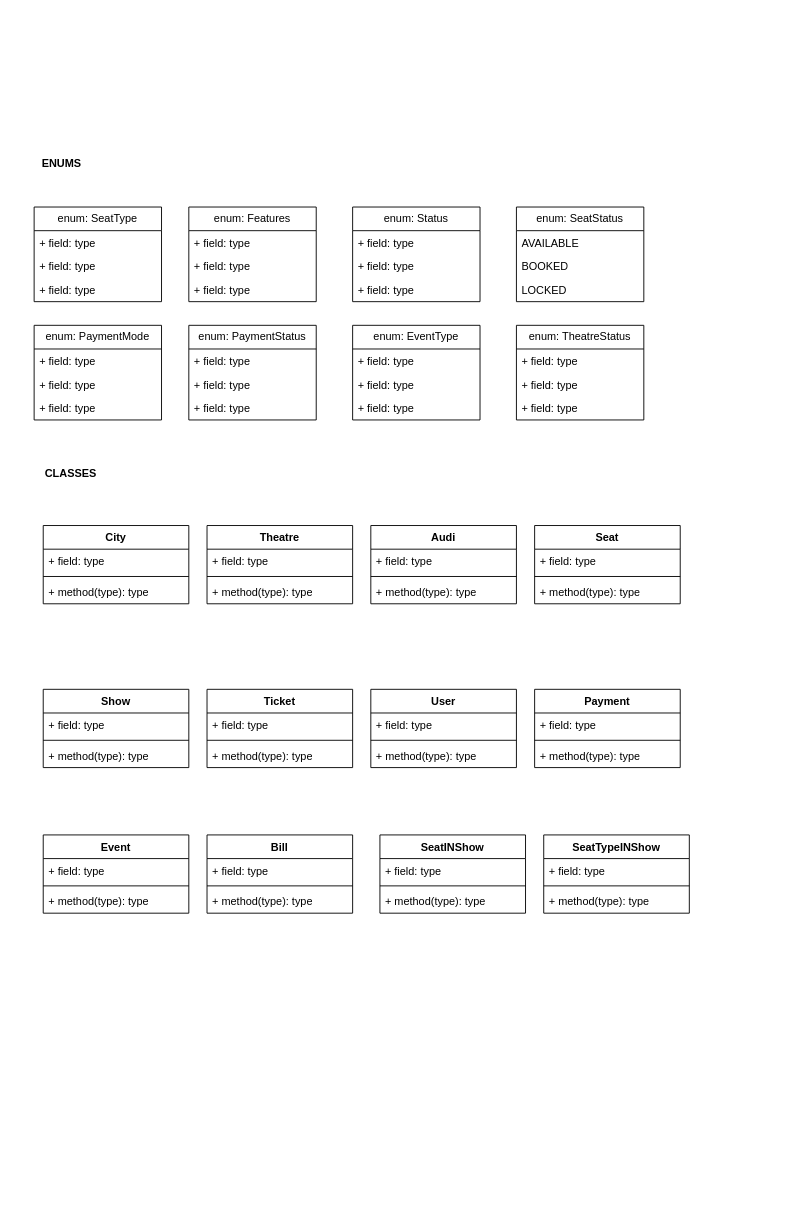
Before: BookMySHow.drawio in surajnaik90/Architectures-Designs, a draw.io diagram. Source tidied: cells renumbered, new cells numbered last; positions are measured from the earlier drawing's top-left corner, leaving out a move shared by most shapes. Both pictures are drawn from the tidied source at 91%, with x=0, y=0 at pixel (25, 152).
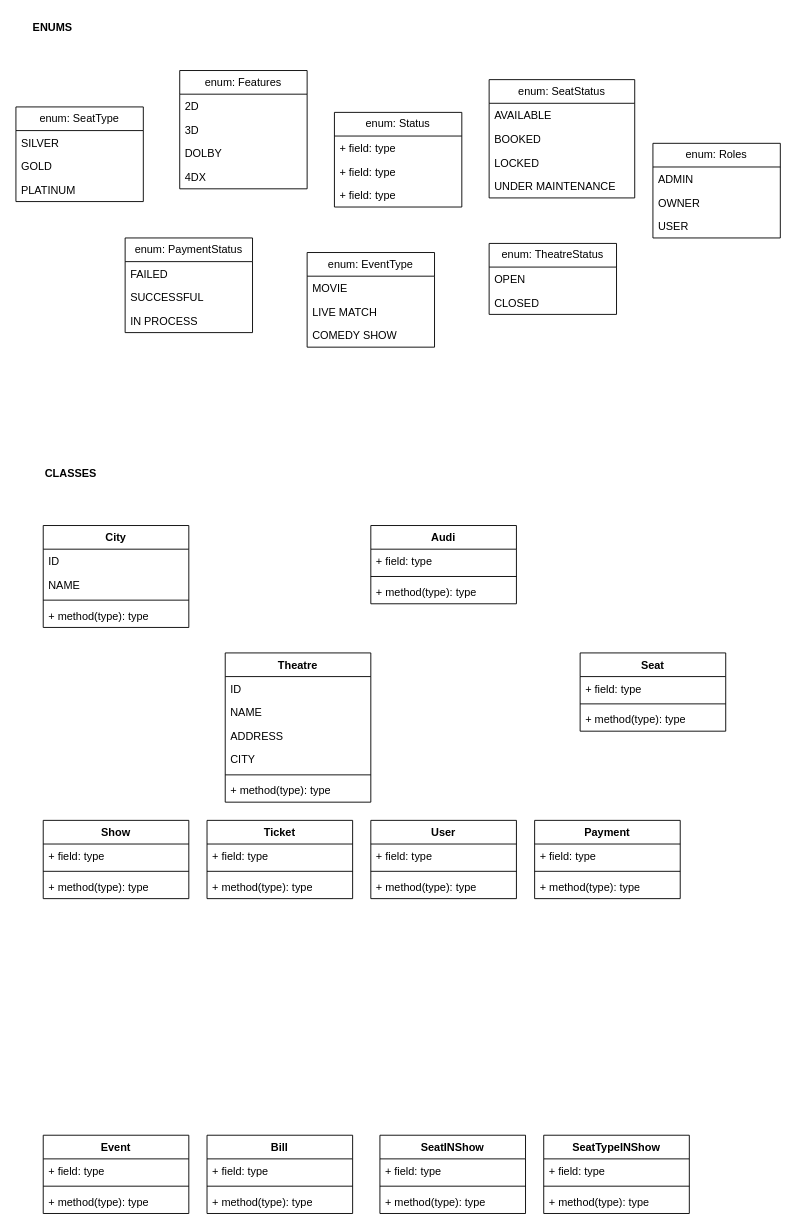
The same diagram, later.

What changed in the source:
```diff
@@
     <mxCell id="2" value="Theatre" style="swimlane;fontStyle=1;align=center;verticalAlign=top;horizontal=1;startSize=26;whiteSpace=wrap;html=1;" parent="1" vertex="1">
-      <mxGeometry x="200" y="410" width="160" height="86" as="geometry" />
+      <mxGeometry x="220" y="550" width="160" height="164" as="geometry" />
     </mxCell>
+    <mxCell id="84" value="ID" style="text;strokeColor=none;fillColor=none;align=left;verticalAlign=top;spacingLeft=4;spacingRight=4;overflow=hidden;whiteSpace=wrap;html=1;" parent="2" vertex="1">
+      <mxGeometry y="26" width="160" height="26" as="geometry" />
+    </mxCell>
+    <mxCell id="85" value="NAME" style="text;strokeColor=none;fillColor=none;align=left;verticalAlign=top;spacingLeft=4;spacingRight=4;overflow=hidden;whiteSpace=wrap;html=1;" parent="2" vertex="1">
+      <mxGeometry y="52" width="160" height="26" as="geometry" />
+    </mxCell>
-    <mxCell id="3" value="+ field: type" style="text;strokeColor=none;fillColor=none;align=left;verticalAlign=top;spacingLeft=4;spacingRight=4;overflow=hidden;whiteSpace=wrap;html=1;" parent="2" vertex="1">
-      <mxGeometry y="26" width="160" height="26" as="geometry" />
+    <mxCell id="3" value="ADDRESS" style="text;strokeColor=none;fillColor=none;align=left;verticalAlign=top;spacingLeft=4;spacingRight=4;overflow=hidden;whiteSpace=wrap;html=1;" parent="2" vertex="1">
+      <mxGeometry y="78" width="160" height="26" as="geometry" />
     </mxCell>
+    <mxCell id="86" value="CITY" style="text;strokeColor=none;fillColor=none;align=left;verticalAlign=top;spacingLeft=4;spacingRight=4;overflow=hidden;whiteSpace=wrap;html=1;" parent="2" vertex="1">
+      <mxGeometry y="104" width="160" height="26" as="geometry" />
+    </mxCell>
     <mxCell id="4" style="line;strokeWidth=1;fillColor=none;align=left;verticalAlign=middle;spacingTop=-1;spacingLeft=3;spacingRight=3;labelPosition=right;strokeColor=inherit;" parent="2" vertex="1">
-      <mxGeometry y="52" width="160" height="8" as="geometry" />
+      <mxGeometry y="130" width="160" height="8" as="geometry" />
     </mxCell>
     <mxCell id="5" value="+ method(type): type" style="text;strokeColor=none;fillColor=none;align=left;verticalAlign=top;spacingLeft=4;spacingRight=4;overflow=hidden;whiteSpace=wrap;html=1;" parent="2" vertex="1">
-      <mxGeometry y="60" width="160" height="26" as="geometry" />
+      <mxGeometry y="138" width="160" height="26" as="geometry" />
     </mxCell>
     <mxCell id="6" value="enum: SeatType" style="swimlane;fontStyle=0;horizontal=1;startSize=26;fillColor=none;whiteSpace=wrap;html=1;" parent="1" vertex="1">
-      <mxGeometry x="10" y="60" width="140" height="104" as="geometry" />
+      <mxGeometry x="-10" y="-50" width="140" height="104" as="geometry" />
     </mxCell>
-    <mxCell id="7" value="+ field: type" style="text;strokeColor=none;fillColor=none;align=left;verticalAlign=top;spacingLeft=4;spacingRight=4;overflow=hidden;whiteSpace=wrap;html=1;" parent="6" vertex="1">
+    <mxCell id="7" value="SILVER" style="text;strokeColor=none;fillColor=none;align=left;verticalAlign=top;spacingLeft=4;spacingRight=4;overflow=hidden;whiteSpace=wrap;html=1;" parent="6" vertex="1">
       <mxGeometry y="26" width="140" height="26" as="geometry" />
     </mxCell>
-    <mxCell id="8" value="+ field: type" style="text;strokeColor=none;fillColor=none;align=left;verticalAlign=top;spacingLeft=4;spacingRight=4;overflow=hidden;whiteSpace=wrap;html=1;" parent="6" vertex="1">
+    <mxCell id="8" value="GOLD" style="text;strokeColor=none;fillColor=none;align=left;verticalAlign=top;spacingLeft=4;spacingRight=4;overflow=hidden;whiteSpace=wrap;html=1;" parent="6" vertex="1">
       <mxGeometry y="52" width="140" height="26" as="geometry" />
     </mxCell>
-    <mxCell id="9" value="+ field: type" style="text;strokeColor=none;fillColor=none;align=left;verticalAlign=top;spacingLeft=4;spacingRight=4;overflow=hidden;whiteSpace=wrap;html=1;" parent="6" vertex="1">
+    <mxCell id="9" value="PLATINUM" style="text;strokeColor=none;fillColor=none;align=left;verticalAlign=top;spacingLeft=4;spacingRight=4;overflow=hidden;whiteSpace=wrap;html=1;" parent="6" vertex="1">
       <mxGeometry y="78" width="140" height="26" as="geometry" />
     </mxCell>
     <mxCell id="10" value="enum: Features" style="swimlane;fontStyle=0;horizontal=1;startSize=26;fillColor=none;whiteSpace=wrap;html=1;" parent="1" vertex="1">
-      <mxGeometry x="180" y="60" width="140" height="104" as="geometry" />
+      <mxGeometry x="170" y="-90" width="140" height="130" as="geometry" />
     </mxCell>
-    <mxCell id="11" value="+ field: type" style="text;strokeColor=none;fillColor=none;align=left;verticalAlign=top;spacingLeft=4;spacingRight=4;overflow=hidden;whiteSpace=wrap;html=1;" parent="10" vertex="1">
+    <mxCell id="11" value="2D" style="text;strokeColor=none;fillColor=none;align=left;verticalAlign=top;spacingLeft=4;spacingRight=4;overflow=hidden;whiteSpace=wrap;html=1;" parent="10" vertex="1">
       <mxGeometry y="26" width="140" height="26" as="geometry" />
     </mxCell>
-    <mxCell id="12" value="+ field: type" style="text;strokeColor=none;fillColor=none;align=left;verticalAlign=top;spacingLeft=4;spacingRight=4;overflow=hidden;whiteSpace=wrap;html=1;" parent="10" vertex="1">
+    <mxCell id="12" value="3D" style="text;strokeColor=none;fillColor=none;align=left;verticalAlign=top;spacingLeft=4;spacingRight=4;overflow=hidden;whiteSpace=wrap;html=1;" parent="10" vertex="1">
       <mxGeometry y="52" width="140" height="26" as="geometry" />
     </mxCell>
-    <mxCell id="13" value="+ field: type" style="text;strokeColor=none;fillColor=none;align=left;verticalAlign=top;spacingLeft=4;spacingRight=4;overflow=hidden;whiteSpace=wrap;html=1;" parent="10" vertex="1">
+    <mxCell id="13" value="DOLBY" style="text;strokeColor=none;fillColor=none;align=left;verticalAlign=top;spacingLeft=4;spacingRight=4;overflow=hidden;whiteSpace=wrap;html=1;" parent="10" vertex="1">
       <mxGeometry y="78" width="140" height="26" as="geometry" />
     </mxCell>
+    <mxCell id="87" value="4DX" style="text;strokeColor=none;fillColor=none;align=left;verticalAlign=top;spacingLeft=4;spacingRight=4;overflow=hidden;whiteSpace=wrap;html=1;" parent="10" vertex="1">
+      <mxGeometry y="104" width="140" height="26" as="geometry" />
+    </mxCell>
     <mxCell id="14" value="enum: Status" style="swimlane;fontStyle=0;horizontal=1;startSize=26;fillColor=none;whiteSpace=wrap;html=1;" parent="1" vertex="1">
-      <mxGeometry x="360" y="60" width="140" height="104" as="geometry" />
+      <mxGeometry x="340" y="-44" width="140" height="104" as="geometry" />
     </mxCell>
@@
     <mxCell id="18" value="enum: SeatStatus" style="swimlane;fontStyle=0;horizontal=1;startSize=26;fillColor=none;whiteSpace=wrap;html=1;" parent="1" vertex="1">
-      <mxGeometry x="540" y="60" width="140" height="104" as="geometry" />
+      <mxGeometry x="510" y="-80" width="160" height="130" as="geometry" />
     </mxCell>
     <mxCell id="19" value="AVAILABLE" style="text;strokeColor=none;fillColor=none;align=left;verticalAlign=top;spacingLeft=4;spacingRight=4;overflow=hidden;whiteSpace=wrap;html=1;" parent="18" vertex="1">
-      <mxGeometry y="26" width="140" height="26" as="geometry" />
+      <mxGeometry y="26" width="160" height="26" as="geometry" />
     </mxCell>
     <mxCell id="20" value="BOOKED" style="text;strokeColor=none;fillColor=none;align=left;verticalAlign=top;spacingLeft=4;spacingRight=4;overflow=hidden;whiteSpace=wrap;html=1;" parent="18" vertex="1">
-      <mxGeometry y="52" width="140" height="26" as="geometry" />
+      <mxGeometry y="52" width="160" height="26" as="geometry" />
     </mxCell>
+    <mxCell id="88" value="LOCKED" style="text;strokeColor=none;fillColor=none;align=left;verticalAlign=top;spacingLeft=4;spacingRight=4;overflow=hidden;whiteSpace=wrap;html=1;" parent="18" vertex="1">
+      <mxGeometry y="78" width="160" height="26" as="geometry" />
+    </mxCell>
-    <mxCell id="21" value="LOCKED" style="text;strokeColor=none;fillColor=none;align=left;verticalAlign=top;spacingLeft=4;spacingRight=4;overflow=hidden;whiteSpace=wrap;html=1;" parent="18" vertex="1">
-      <mxGeometry y="78" width="140" height="26" as="geometry" />
+    <mxCell id="21" value="UNDER MAINTENANCE" style="text;strokeColor=none;fillColor=none;align=left;verticalAlign=top;spacingLeft=4;spacingRight=4;overflow=hidden;whiteSpace=wrap;html=1;" parent="18" vertex="1">
+      <mxGeometry y="104" width="160" height="26" as="geometry" />
     </mxCell>
-    <mxCell id="22" value="enum: PaymentMode" style="swimlane;fontStyle=0;horizontal=1;startSize=26;fillColor=none;whiteSpace=wrap;html=1;" parent="1" vertex="1">
-      <mxGeometry x="10" y="190" width="140" height="104" as="geometry" />
-    </mxCell>
-    <mxCell id="23" value="+ field: type" style="text;strokeColor=none;fillColor=none;align=left;verticalAlign=top;spacingLeft=4;spacingRight=4;overflow=hidden;whiteSpace=wrap;html=1;" parent="22" vertex="1">
-      <mxGeometry y="26" width="140" height="26" as="geometry" />
-    </mxCell>
-    <mxCell id="24" value="+ field: type" style="text;strokeColor=none;fillColor=none;align=left;verticalAlign=top;spacingLeft=4;spacingRight=4;overflow=hidden;whiteSpace=wrap;html=1;" parent="22" vertex="1">
-      <mxGeometry y="52" width="140" height="26" as="geometry" />
-    </mxCell>
-    <mxCell id="25" value="+ field: type" style="text;strokeColor=none;fillColor=none;align=left;verticalAlign=top;spacingLeft=4;spacingRight=4;overflow=hidden;whiteSpace=wrap;html=1;" parent="22" vertex="1">
-      <mxGeometry y="78" width="140" height="26" as="geometry" />
-    </mxCell>
     <mxCell id="26" value="enum: PaymentStatus" style="swimlane;fontStyle=0;horizontal=1;startSize=26;fillColor=none;whiteSpace=wrap;html=1;" parent="1" vertex="1">
-      <mxGeometry x="180" y="190" width="140" height="104" as="geometry" />
+      <mxGeometry x="110" y="94" width="140" height="104" as="geometry" />
     </mxCell>
-    <mxCell id="27" value="+ field: type" style="text;strokeColor=none;fillColor=none;align=left;verticalAlign=top;spacingLeft=4;spacingRight=4;overflow=hidden;whiteSpace=wrap;html=1;" parent="26" vertex="1">
+    <mxCell id="27" value="FAILED" style="text;strokeColor=none;fillColor=none;align=left;verticalAlign=top;spacingLeft=4;spacingRight=4;overflow=hidden;whiteSpace=wrap;html=1;" parent="26" vertex="1">
       <mxGeometry y="26" width="140" height="26" as="geometry" />
     </mxCell>
-    <mxCell id="28" value="+ field: type" style="text;strokeColor=none;fillColor=none;align=left;verticalAlign=top;spacingLeft=4;spacingRight=4;overflow=hidden;whiteSpace=wrap;html=1;" parent="26" vertex="1">
+    <mxCell id="28" value="SUCCESSFUL" style="text;strokeColor=none;fillColor=none;align=left;verticalAlign=top;spacingLeft=4;spacingRight=4;overflow=hidden;whiteSpace=wrap;html=1;" parent="26" vertex="1">
       <mxGeometry y="52" width="140" height="26" as="geometry" />
     </mxCell>
-    <mxCell id="29" value="+ field: type" style="text;strokeColor=none;fillColor=none;align=left;verticalAlign=top;spacingLeft=4;spacingRight=4;overflow=hidden;whiteSpace=wrap;html=1;" parent="26" vertex="1">
+    <mxCell id="29" value="IN PROCESS" style="text;strokeColor=none;fillColor=none;align=left;verticalAlign=top;spacingLeft=4;spacingRight=4;overflow=hidden;whiteSpace=wrap;html=1;" parent="26" vertex="1">
       <mxGeometry y="78" width="140" height="26" as="geometry" />
     </mxCell>
     <mxCell id="30" value="enum: EventType" style="swimlane;fontStyle=0;horizontal=1;startSize=26;fillColor=none;whiteSpace=wrap;html=1;" parent="1" vertex="1">
-      <mxGeometry x="360" y="190" width="140" height="104" as="geometry" />
+      <mxGeometry x="310" y="110" width="140" height="104" as="geometry" />
     </mxCell>
-    <mxCell id="31" value="+ field: type" style="text;strokeColor=none;fillColor=none;align=left;verticalAlign=top;spacingLeft=4;spacingRight=4;overflow=hidden;whiteSpace=wrap;html=1;" parent="30" vertex="1">
+    <mxCell id="31" value="MOVIE" style="text;strokeColor=none;fillColor=none;align=left;verticalAlign=top;spacingLeft=4;spacingRight=4;overflow=hidden;whiteSpace=wrap;html=1;" parent="30" vertex="1">
       <mxGeometry y="26" width="140" height="26" as="geometry" />
     </mxCell>
-    <mxCell id="32" value="+ field: type" style="text;strokeColor=none;fillColor=none;align=left;verticalAlign=top;spacingLeft=4;spacingRight=4;overflow=hidden;whiteSpace=wrap;html=1;" parent="30" vertex="1">
+    <mxCell id="32" value="LIVE MATCH" style="text;strokeColor=none;fillColor=none;align=left;verticalAlign=top;spacingLeft=4;spacingRight=4;overflow=hidden;whiteSpace=wrap;html=1;" parent="30" vertex="1">
       <mxGeometry y="52" width="140" height="26" as="geometry" />
     </mxCell>
-    <mxCell id="33" value="+ field: type" style="text;strokeColor=none;fillColor=none;align=left;verticalAlign=top;spacingLeft=4;spacingRight=4;overflow=hidden;whiteSpace=wrap;html=1;" parent="30" vertex="1">
+    <mxCell id="33" value="COMEDY SHOW" style="text;strokeColor=none;fillColor=none;align=left;verticalAlign=top;spacingLeft=4;spacingRight=4;overflow=hidden;whiteSpace=wrap;html=1;" parent="30" vertex="1">
       <mxGeometry y="78" width="140" height="26" as="geometry" />
     </mxCell>
     <mxCell id="34" value="enum: TheatreStatus" style="swimlane;fontStyle=0;horizontal=1;startSize=26;fillColor=none;whiteSpace=wrap;html=1;" parent="1" vertex="1">
-      <mxGeometry x="540" y="190" width="140" height="104" as="geometry" />
+      <mxGeometry x="510" y="100" width="140" height="78" as="geometry" />
     </mxCell>
-    <mxCell id="35" value="+ field: type" style="text;strokeColor=none;fillColor=none;align=left;verticalAlign=top;spacingLeft=4;spacingRight=4;overflow=hidden;whiteSpace=wrap;html=1;" parent="34" vertex="1">
+    <mxCell id="35" value="OPEN" style="text;strokeColor=none;fillColor=none;align=left;verticalAlign=top;spacingLeft=4;spacingRight=4;overflow=hidden;whiteSpace=wrap;html=1;" parent="34" vertex="1">
       <mxGeometry y="26" width="140" height="26" as="geometry" />
     </mxCell>
-    <mxCell id="36" value="+ field: type" style="text;strokeColor=none;fillColor=none;align=left;verticalAlign=top;spacingLeft=4;spacingRight=4;overflow=hidden;whiteSpace=wrap;html=1;" parent="34" vertex="1">
+    <mxCell id="36" value="CLOSED" style="text;strokeColor=none;fillColor=none;align=left;verticalAlign=top;spacingLeft=4;spacingRight=4;overflow=hidden;whiteSpace=wrap;html=1;" parent="34" vertex="1">
       <mxGeometry y="52" width="140" height="26" as="geometry" />
     </mxCell>
-    <mxCell id="37" value="+ field: type" style="text;strokeColor=none;fillColor=none;align=left;verticalAlign=top;spacingLeft=4;spacingRight=4;overflow=hidden;whiteSpace=wrap;html=1;" parent="34" vertex="1">
-      <mxGeometry y="78" width="140" height="26" as="geometry" />
-    </mxCell>
     <mxCell id="38" value="City" style="swimlane;fontStyle=1;align=center;verticalAlign=top;horizontal=1;startSize=26;whiteSpace=wrap;html=1;" parent="1" vertex="1">
-      <mxGeometry x="20" y="410" width="160" height="86" as="geometry" />
+      <mxGeometry x="20" y="410" width="160" height="112" as="geometry" />
     </mxCell>
-    <mxCell id="39" value="+ field: type" style="text;strokeColor=none;fillColor=none;align=left;verticalAlign=top;spacingLeft=4;spacingRight=4;overflow=hidden;whiteSpace=wrap;html=1;" parent="38" vertex="1">
+    <mxCell id="39" value="ID" style="text;strokeColor=none;fillColor=none;align=left;verticalAlign=top;spacingLeft=4;spacingRight=4;overflow=hidden;whiteSpace=wrap;html=1;" parent="38" vertex="1">
       <mxGeometry y="26" width="160" height="26" as="geometry" />
     </mxCell>
+    <mxCell id="89" value="NAME" style="text;strokeColor=none;fillColor=none;align=left;verticalAlign=top;spacingLeft=4;spacingRight=4;overflow=hidden;whiteSpace=wrap;html=1;" parent="38" vertex="1">
+      <mxGeometry y="52" width="160" height="26" as="geometry" />
+    </mxCell>
     <mxCell id="40" style="line;strokeWidth=1;fillColor=none;align=left;verticalAlign=middle;spacingTop=-1;spacingLeft=3;spacingRight=3;labelPosition=right;strokeColor=inherit;" parent="38" vertex="1">
-      <mxGeometry y="52" width="160" height="8" as="geometry" />
+      <mxGeometry y="78" width="160" height="8" as="geometry" />
     </mxCell>
     <mxCell id="41" value="+ method(type): type" style="text;strokeColor=none;fillColor=none;align=left;verticalAlign=top;spacingLeft=4;spacingRight=4;overflow=hidden;whiteSpace=wrap;html=1;" parent="38" vertex="1">
-      <mxGeometry y="60" width="160" height="26" as="geometry" />
+      <mxGeometry y="86" width="160" height="26" as="geometry" />
     </mxCell>
@@
     <mxCell id="46" value="Seat" style="swimlane;fontStyle=1;align=center;verticalAlign=top;horizontal=1;startSize=26;whiteSpace=wrap;html=1;" parent="1" vertex="1">
-      <mxGeometry x="560" y="410" width="160" height="86" as="geometry" />
+      <mxGeometry x="610" y="550" width="160" height="86" as="geometry" />
     </mxCell>
@@
     <mxCell id="50" value="Show" style="swimlane;fontStyle=1;align=center;verticalAlign=top;horizontal=1;startSize=26;whiteSpace=wrap;html=1;" parent="1" vertex="1">
-      <mxGeometry x="20" y="590" width="160" height="86" as="geometry" />
+      <mxGeometry x="20" y="734" width="160" height="86" as="geometry" />
     </mxCell>
@@
     <mxCell id="54" value="Ticket" style="swimlane;fontStyle=1;align=center;verticalAlign=top;horizontal=1;startSize=26;whiteSpace=wrap;html=1;" parent="1" vertex="1">
-      <mxGeometry x="200" y="590" width="160" height="86" as="geometry" />
+      <mxGeometry x="200" y="734" width="160" height="86" as="geometry" />
     </mxCell>
@@
     <mxCell id="58" value="User" style="swimlane;fontStyle=1;align=center;verticalAlign=top;horizontal=1;startSize=26;whiteSpace=wrap;html=1;" parent="1" vertex="1">
-      <mxGeometry x="380" y="590" width="160" height="86" as="geometry" />
+      <mxGeometry x="380" y="734" width="160" height="86" as="geometry" />
     </mxCell>
@@
     <mxCell id="62" value="Payment" style="swimlane;fontStyle=1;align=center;verticalAlign=top;horizontal=1;startSize=26;whiteSpace=wrap;html=1;" parent="1" vertex="1">
-      <mxGeometry x="560" y="590" width="160" height="86" as="geometry" />
+      <mxGeometry x="560" y="734" width="160" height="86" as="geometry" />
     </mxCell>
@@
     <mxCell id="66" value="Event" style="swimlane;fontStyle=1;align=center;verticalAlign=top;horizontal=1;startSize=26;whiteSpace=wrap;html=1;" parent="1" vertex="1">
-      <mxGeometry x="20" y="750" width="160" height="86" as="geometry" />
+      <mxGeometry x="20" y="1080" width="160" height="86" as="geometry" />
     </mxCell>
@@
     <mxCell id="70" value="Bill" style="swimlane;fontStyle=1;align=center;verticalAlign=top;horizontal=1;startSize=26;whiteSpace=wrap;html=1;" parent="1" vertex="1">
-      <mxGeometry x="200" y="750" width="160" height="86" as="geometry" />
+      <mxGeometry x="200" y="1080" width="160" height="86" as="geometry" />
     </mxCell>
@@
     <mxCell id="74" value="SeatINShow" style="swimlane;fontStyle=1;align=center;verticalAlign=top;horizontal=1;startSize=26;whiteSpace=wrap;html=1;" parent="1" vertex="1">
-      <mxGeometry x="390" y="750" width="160" height="86" as="geometry" />
+      <mxGeometry x="390" y="1080" width="160" height="86" as="geometry" />
     </mxCell>
@@
     <mxCell id="78" value="SeatTypeINShow" style="swimlane;fontStyle=1;align=center;verticalAlign=top;horizontal=1;startSize=26;whiteSpace=wrap;html=1;" parent="1" vertex="1">
-      <mxGeometry x="570" y="750" width="160" height="86" as="geometry" />
+      <mxGeometry x="570" y="1080" width="160" height="86" as="geometry" />
     </mxCell>
@@
     <mxCell id="82" value="ENUMS" style="text;align=center;fontStyle=1;verticalAlign=middle;spacingLeft=3;spacingRight=3;strokeColor=none;html=1;" parent="1" vertex="1">
-      <mxGeometry width="80" height="26" as="geometry" />
+      <mxGeometry x="-10" y="-150" width="80" height="26" as="geometry" />
     </mxCell>
@@
+    <mxCell id="90" value="enum: Roles" style="swimlane;fontStyle=0;horizontal=1;startSize=26;fillColor=none;whiteSpace=wrap;html=1;" parent="1" vertex="1">
+      <mxGeometry x="690" y="-10" width="140" height="104" as="geometry" />
+    </mxCell>
+    <mxCell id="91" value="ADMIN" style="text;strokeColor=none;fillColor=none;align=left;verticalAlign=top;spacingLeft=4;spacingRight=4;overflow=hidden;whiteSpace=wrap;html=1;" parent="90" vertex="1">
+      <mxGeometry y="26" width="140" height="26" as="geometry" />
+    </mxCell>
+    <mxCell id="92" value="OWNER" style="text;strokeColor=none;fillColor=none;align=left;verticalAlign=top;spacingLeft=4;spacingRight=4;overflow=hidden;whiteSpace=wrap;html=1;" parent="90" vertex="1">
+      <mxGeometry y="52" width="140" height="26" as="geometry" />
+    </mxCell>
+    <mxCell id="93" value="USER" style="text;strokeColor=none;fillColor=none;align=left;verticalAlign=top;spacingLeft=4;spacingRight=4;overflow=hidden;whiteSpace=wrap;html=1;" parent="90" vertex="1">
+      <mxGeometry y="78" width="140" height="26" as="geometry" />
+    </mxCell>
```
